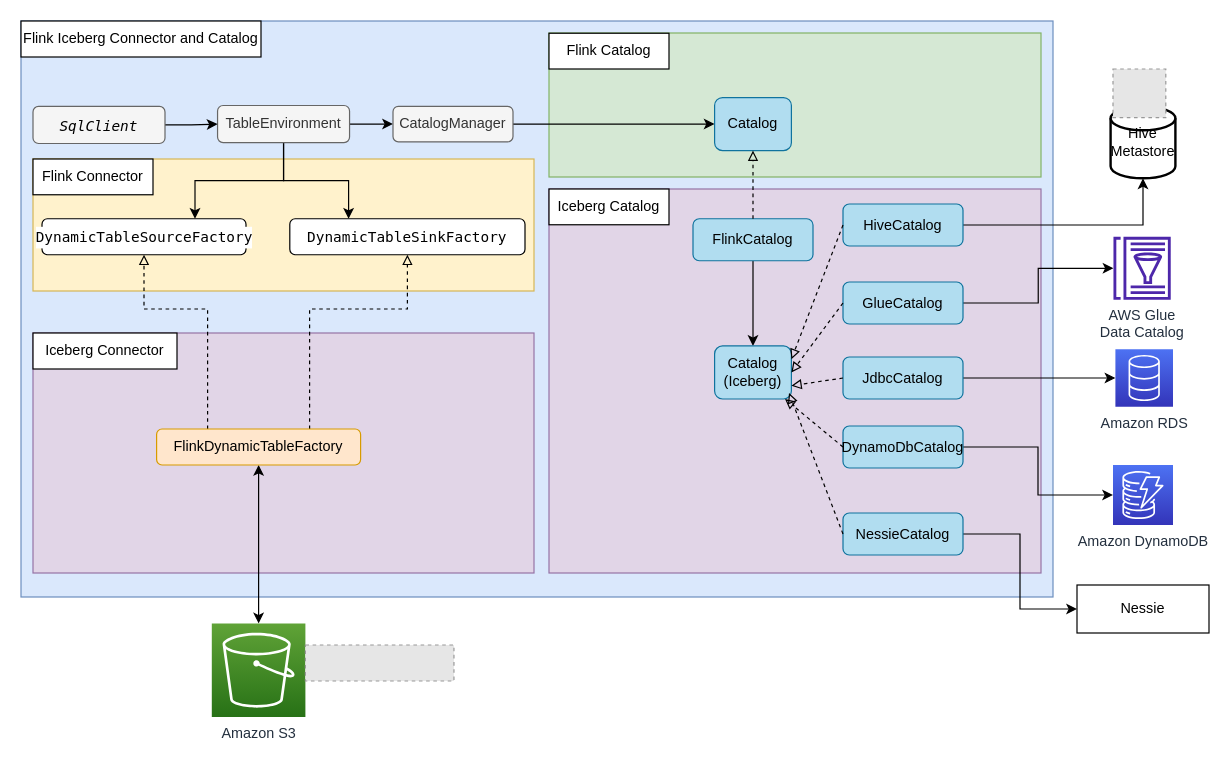
The draw.io diagram Flink Hudi Glue Architecture.drawio in leejianwei/aws-diagram, before the edit. Source tidied: cells renumbered, new cells numbered last; positions are measured from the earlier drawing's top-left corner, leaving out a move shared by most shapes. Both pictures are drawn from the tidied source at 120%, with x=0, y=0 at pixel (20, 20). Pictures stored in the file or linked from it are replaced by grey dashed boxes.
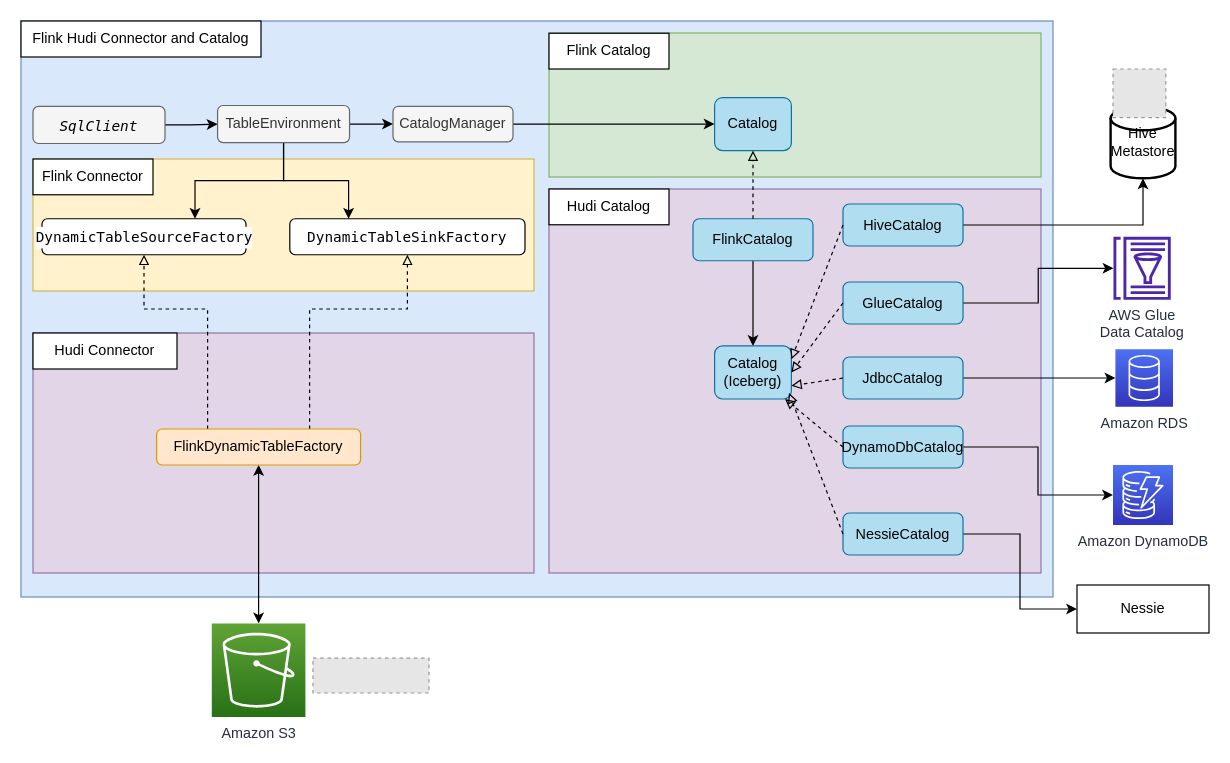
The same diagram, later.

The edit, as a diff of the source:
```diff
@@
-    <mxCell id="14" value="Flink Iceberg Connector and Catalog" style="rounded=0;whiteSpace=wrap;html=1;fontColor=none;" parent="1" vertex="1">
+    <mxCell id="14" value="Flink Hudi Connector and Catalog" style="rounded=0;whiteSpace=wrap;html=1;fontColor=none;" parent="1" vertex="1">
       <mxGeometry width="200" height="30" as="geometry" />
     </mxCell>
@@
-    <mxCell id="30" value="Iceberg Connector" style="rounded=0;whiteSpace=wrap;html=1;fontColor=none;" parent="1" vertex="1">
+    <mxCell id="30" value="Hudi Connector" style="rounded=0;whiteSpace=wrap;html=1;fontColor=none;" parent="1" vertex="1">
       <mxGeometry x="10" y="260" width="120" height="30" as="geometry" />
     </mxCell>
@@
-    <mxCell id="33" value="Iceberg Catalog" style="rounded=0;whiteSpace=wrap;html=1;fontColor=none;" parent="1" vertex="1">
+    <mxCell id="33" value="Hudi Catalog" style="rounded=0;whiteSpace=wrap;html=1;fontColor=none;" parent="1" vertex="1">
       <mxGeometry x="440" y="140" width="100" height="29.8" as="geometry" />
     </mxCell>
@@
-    <mxCell id="53" style="fillColor=#E6E6E6;strokeColor=#999999;dashed=1;verticalLabelPosition=bottom;labelBackgroundColor=default;verticalAlign=top;" parent="1" vertex="1">
-      <mxGeometry x="237" y="520" width="123.8" height="30" as="geometry" />
-    </mxCell>
+    <mxCell id="54" style="fillColor=#E6E6E6;strokeColor=#999999;dashed=1;verticalLabelPosition=bottom;labelBackgroundColor=default;verticalAlign=top;" parent="1" vertex="1">
+      <mxGeometry x="243.3" y="531" width="96.7" height="29" as="geometry" />
+    </mxCell>
```
